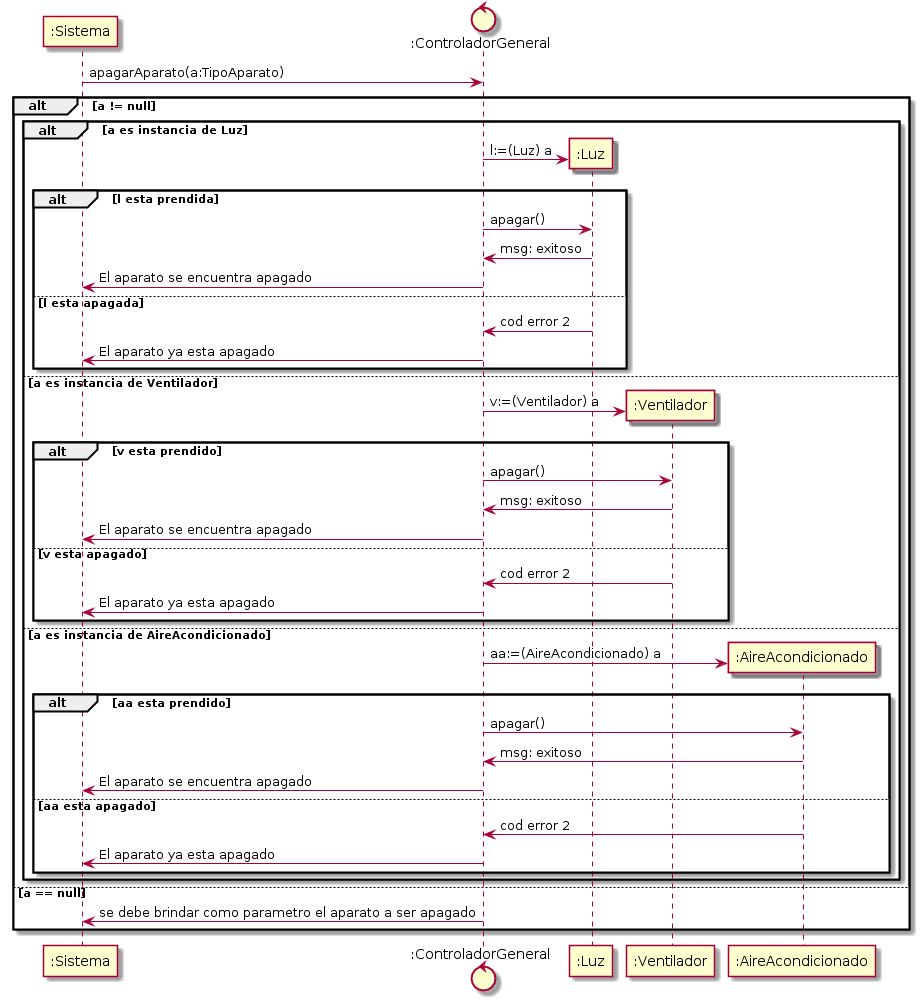
Before: Integrador/PCHouse/UMLDoc/Diagrama Secuencia Diseño/diagrama_secuencia_diseño_-_apagarAparato_-_v0-1.png, a diagram exported from PlantUML (ulisescolina/UC-POOII).
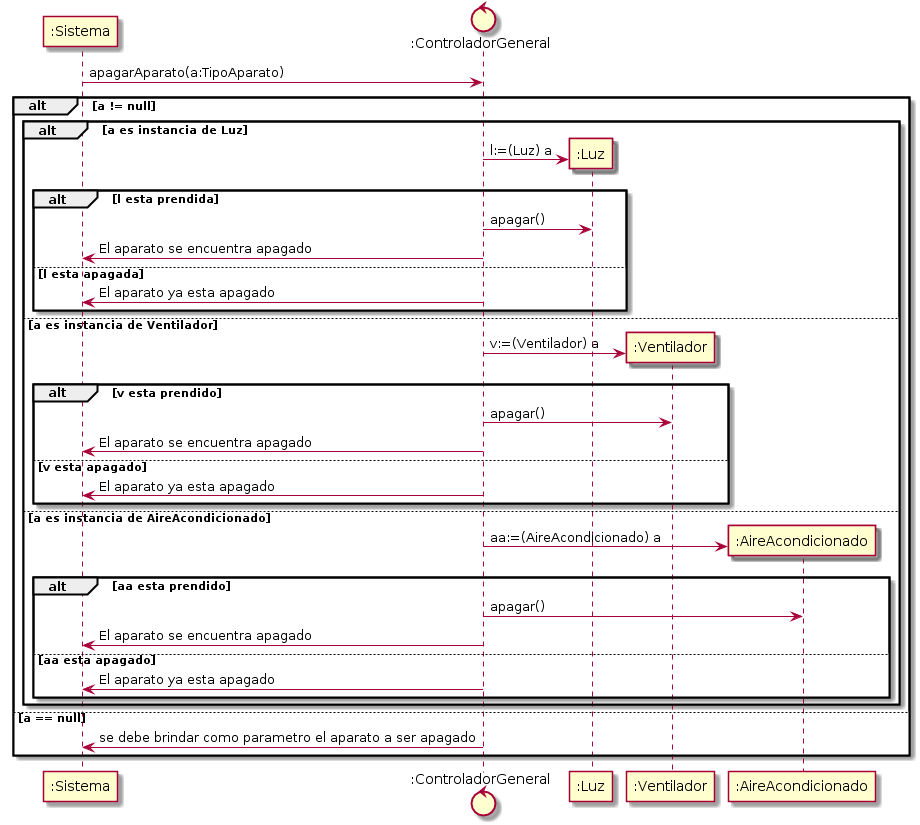
After the change.

Commit message:
DSD (prender/apagar)Aparato: corrijo mensaje de error devuelta por los objetos, este acercamiento no tenia sentido.

What changed in the source:
```diff
@@ -13,10 +13,8 @@
                 CG -> L: l:=(Luz) a
                 alt l esta prendida
                         CG -> L: apagar()
-                        L -> CG: msg: exitoso
                         CG -> S: El aparato se encuentra apagado
                 else l esta apagada
-                        L -> CG: cod error 2
                         CG -> S: El aparato ya esta apagado
                 end
         else a es instancia de Ventilador
@@ -24,10 +22,8 @@
                 CG -> V: v:=(Ventilador) a
                 alt v esta prendido
                         CG -> V: apagar()
-                        V -> CG: msg: exitoso
                         CG -> S: El aparato se encuentra apagado
                 else v esta apagado
-                        V -> CG: cod error 2
                         CG -> S: El aparato ya esta apagado
                 end
         else a es instancia de AireAcondicionado
@@ -35,10 +31,8 @@
                 CG -> AA: aa:=(AireAcondicionado) a
                 alt aa esta prendido
                         CG -> AA: apagar()
-                        AA -> CG: msg: exitoso
                         CG -> S: El aparato se encuentra apagado
                 else aa esta apagado
-                        AA -> CG: cod error 2
                         CG -> S: El aparato ya esta apagado
                 end
         end
```
